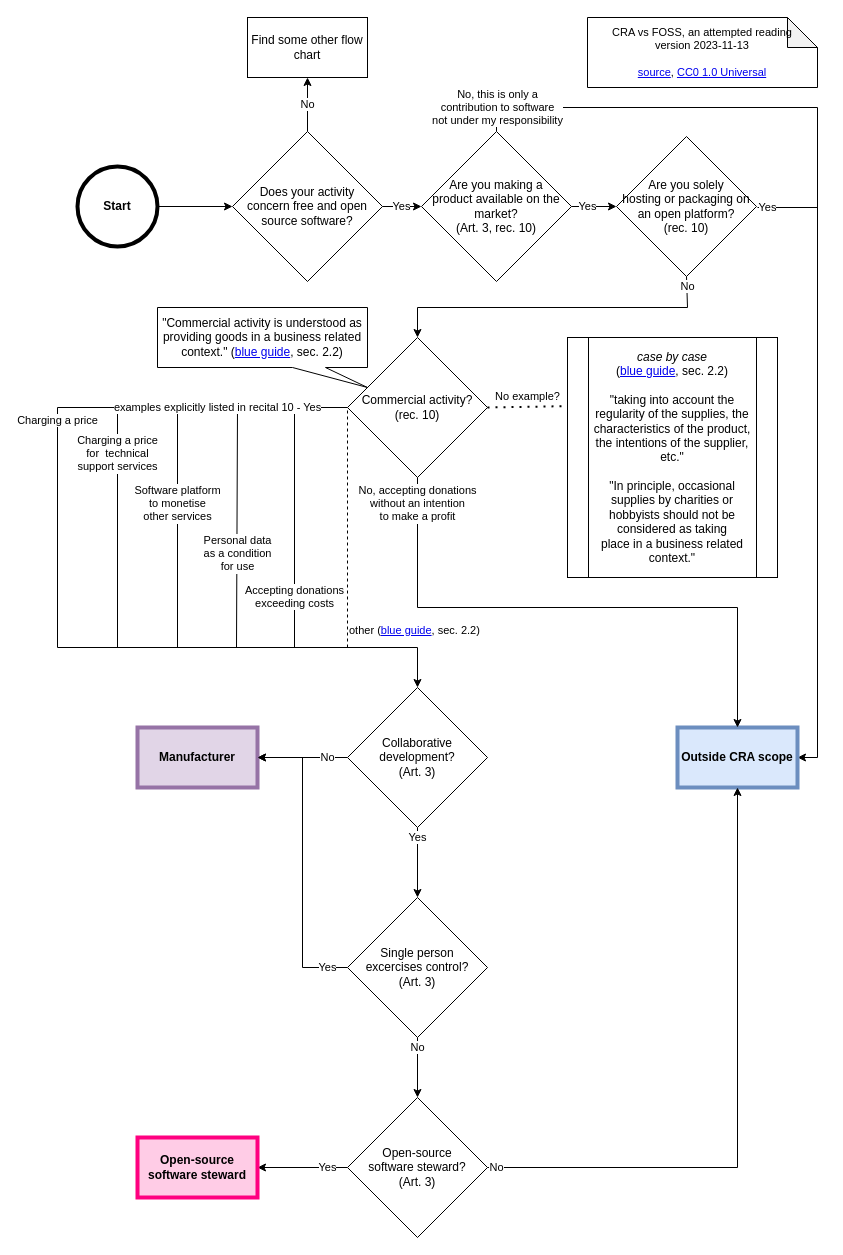
Above: FOSS flowchart.drawio in kappapiana/cra-foss-diagram (draw.io), before the change. Source tidied: cells renumbered, new cells numbered last; positions are measured from the earlier drawing's top-left corner, leaving out a move shared by most shapes. Both pictures are drawn from the tidied source at 100%, with x=0, y=0 at pixel (57, 17).
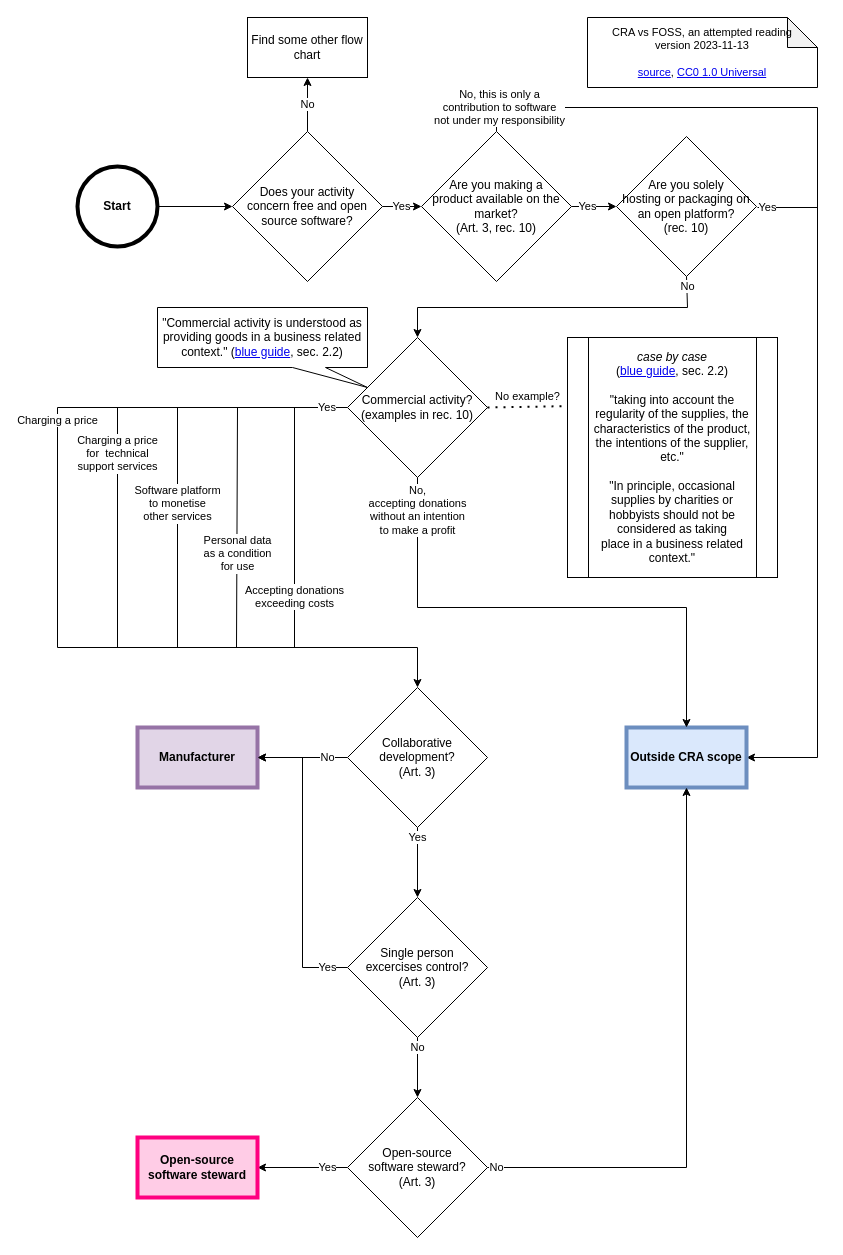
The same diagram, later.

Change to the diagram source:
```diff
@@
-    <mxCell id="2" value="Commercial activity?&lt;br&gt;(rec. 10)" style="rhombus;whiteSpace=wrap;html=1;fontStyle=0;" parent="1" vertex="1">
+    <mxCell id="2" value="Commercial activity?&lt;br&gt;(examples in rec. 10)" style="rhombus;whiteSpace=wrap;html=1;fontStyle=0;" parent="1" vertex="1">
       <mxGeometry x="290" y="320" width="140" height="140" as="geometry" />
     </mxCell>
@@
-    <mxCell id="22" value="&lt;div&gt;examples explicitly listed in recital 10 - Yes&lt;/div&gt;" style="endArrow=none;html=1;rounded=0;entryX=0;entryY=0.5;entryDx=0;entryDy=0;fontStyle=0;" parent="1" edge="1" target="2">
-      <mxGeometry x="0.1" relative="1" as="geometry">
+    <mxCell id="22" value="&lt;div&gt;Yes&lt;/div&gt;" style="endArrow=none;html=1;rounded=0;entryX=0;entryY=0.5;entryDx=0;entryDy=0;fontStyle=0;labelPosition=left;verticalLabelPosition=middle;align=right;verticalAlign=middle;" parent="1" edge="1" target="2">
+      <mxGeometry x="0.93" relative="1" as="geometry">
         <mxPoint y="390" as="sourcePoint" />
       </mxGeometry>
     </mxCell>
@@
-    <mxCell id="24" style="endArrow=none;dashed=1;html=1;rounded=0;entryX=0;entryY=0.5;entryDx=0;entryDy=0;fontStyle=0;" parent="1" edge="1" target="2">
-      <mxGeometry relative="1" as="geometry">
-        <mxPoint x="290" y="630" as="sourcePoint" />
-      </mxGeometry>
-    </mxCell>
-    <mxCell id="25" value="other (&lt;a href=&quot;https://eur-lex.europa.eu/legal-content/EN/TXT/PDF/?uri=OJ:C:2022:247:FULL&quot;&gt;blue guide&lt;/a&gt;, sec. 2.2)" style="edgeLabel;html=1;align=left;verticalAlign=top;fontStyle=0;labelPosition=right;verticalLabelPosition=bottom;" parent="24" vertex="1">
-      <mxGeometry x="-0.82" y="-2" relative="1" as="geometry">
-        <mxPoint x="-2" y="-8" as="offset" />
-      </mxGeometry>
-    </mxCell>
     <mxCell id="26" value="Outside CRA scope" style="rounded=0;whiteSpace=wrap;html=1;fillColor=#dae8fc;strokeColor=#6c8ebf;fontStyle=1;strokeWidth=4;" parent="1" vertex="1">
-      <mxGeometry x="620" y="710" width="120" height="60" as="geometry" />
+      <mxGeometry x="569" y="710" width="120" height="60" as="geometry" />
     </mxCell>
@@
-    <mxCell id="36" value="&lt;div&gt;No, accepting donations&lt;/div&gt;&lt;div&gt;without an intention&lt;/div&gt;&lt;div&gt;to make a profit&lt;/div&gt;" style="endArrow=classic;html=1;rounded=0;entryX=0.5;entryY=0;entryDx=0;entryDy=0;fontStyle=0;exitX=0.5;exitY=1;exitDx=0;exitDy=0;labelPosition=center;verticalLabelPosition=bottom;align=center;verticalAlign=top;" parent="1" edge="1" source="2" target="26">
+    <mxCell id="36" value="&lt;div&gt;No,&lt;/div&gt;&lt;div&gt;accepting donations&lt;/div&gt;&lt;div&gt;without an intention&lt;/div&gt;&lt;div&gt;to make a profit&lt;/div&gt;" style="endArrow=classic;html=1;rounded=0;entryX=0.5;entryY=0;entryDx=0;entryDy=0;fontStyle=0;exitX=0.5;exitY=1;exitDx=0;exitDy=0;labelPosition=center;verticalLabelPosition=bottom;align=center;verticalAlign=top;" parent="1" edge="1" source="2" target="26">
       <mxGeometry x="-1" relative="1" as="geometry">
         <Array as="points">
           <mxPoint x="360" y="590" />
-          <mxPoint x="680" y="590" />
+          <mxPoint x="629" y="590" />
         </Array>
       </mxGeometry>
     </mxCell>
```
